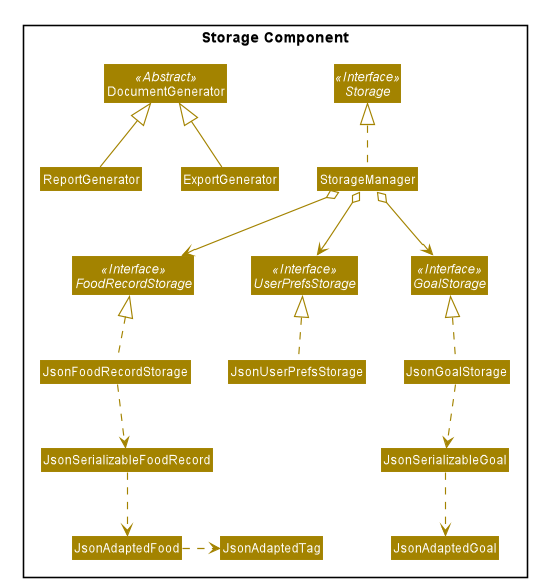
Earlier version of the PlantUML export images/StorageClassDiagram.png (AY1920S2-CS2103T-F11-1/main).
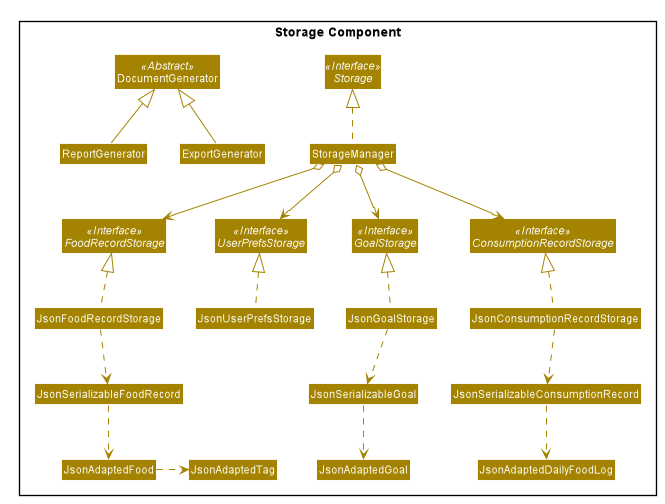
After the commit.

Change to the diagram source:
```diff
@@ -53,34 +53,46 @@
 
 package "Storage Component"{
 Interface Storage <<Interface>>
+Interface FoodRecordStorage <<Interface>>
+Interface ConsumptionRecordStorage <<Interface>>
 Interface UserPrefsStorage <<Interface>>
-Interface FoodRecordStorage <<Interface>>
 Interface GoalStorage <<Interface>>
 
 Class DocumentGenerator <<Abstract>>
+Class ReportGenerator
+Class ExportGenerator
 Class StorageManager
 Class JsonUserPrefsStorage
 Class JsonFoodRecordStorage
+Class JsonConsumptionRecordStorage
 Class JsonGoalStorage
 Class JsonSerializableGoal
+Class JsonSerializableFoodRecord
+Class JsonSerializableConsumptionRecord
+Class JsonAdaptedFood
 Class JsonAdaptedGoal
-
-Class ReportGenerator
-Class ExportGenerator
+Class JsonAdaptedTag
+Class JsonAdaptedDailyFoodLog
 
 DocumentGenerator <|-- ReportGenerator
 DocumentGenerator <|-- ExportGenerator
 
 StorageManager .up.|> Storage
 StorageManager o--> UserPrefsStorage
+StorageManager o--> ConsumptionRecordStorage
 StorageManager o--> FoodRecordStorage
 StorageManager o--> GoalStorage
+
+JsonConsumptionRecordStorage .up.|> ConsumptionRecordStorage
+JsonConsumptionRecordStorage .down.> JsonSerializableConsumptionRecord
+JsonSerializableConsumptionRecord .down.> JsonAdaptedDailyFoodLog
 
 JsonGoalStorage .up.|> GoalStorage
 JsonGoalStorage ..> JsonSerializableGoal
 JsonSerializableGoal ..> JsonAdaptedGoal
 
 JsonUserPrefsStorage .up.|> UserPrefsStorage
+
 JsonFoodRecordStorage .up.|> FoodRecordStorage
 JsonFoodRecordStorage .down.> JsonSerializableFoodRecord
 JsonSerializableFoodRecord .down.> JsonAdaptedFood
```
